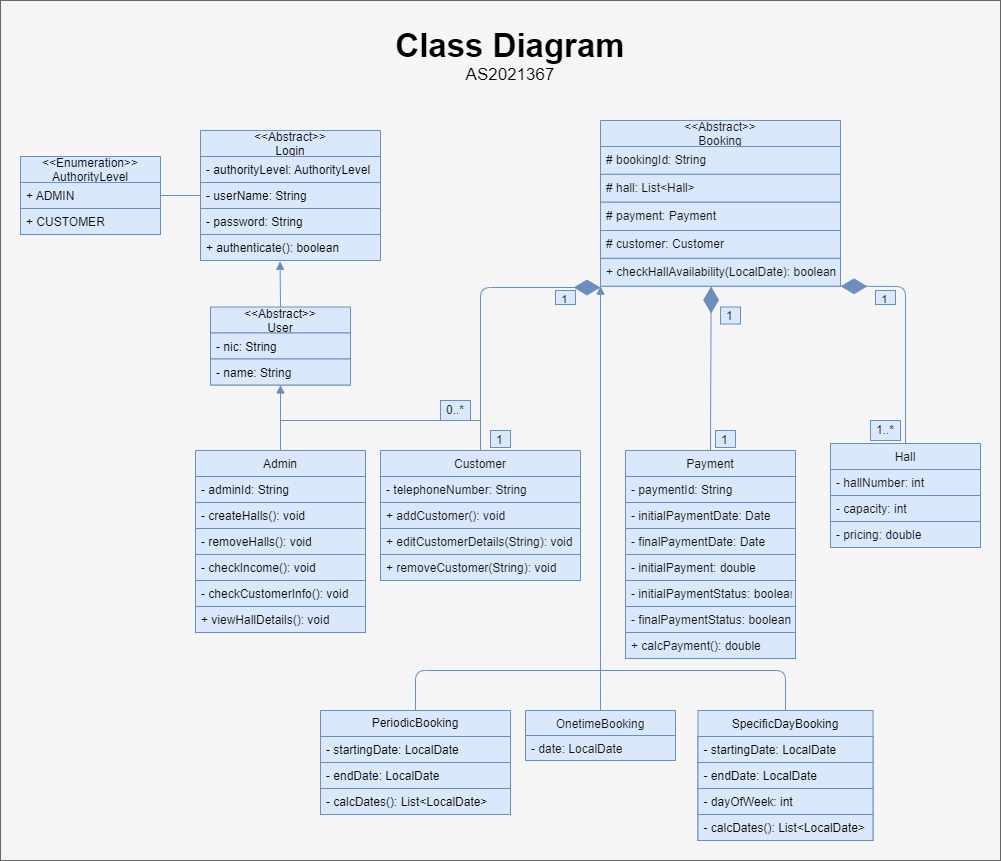
Before: documents/classDiagram.drawio.png, a diagram exported from draw.io (n0c7urn4l/CS-resource-allocation-software-project). Source tidied: cells renumbered, new cells last; positions are measured from the earlier drawing's top-left corner, leaving out a move shared by most shapes.
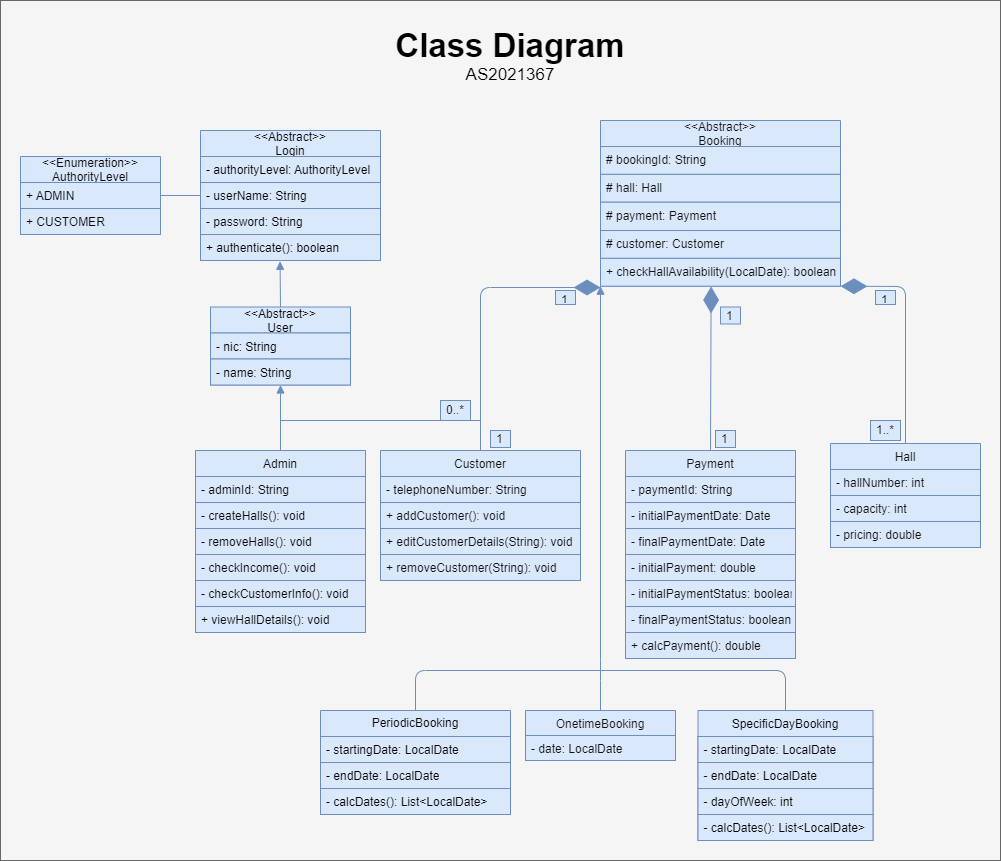
After the change.

The edit, as a diff of the source:
```diff
@@ -199,7 +199,7 @@
     <mxCell id="59" value="# bookingId: String" style="text;align=left;verticalAlign=top;spacingLeft=4;spacingRight=4;overflow=hidden;fillColor=#dae8fc;strokeColor=#6c8ebf;fontColor=#121212;" parent="58" vertex="1">
       <mxGeometry y="26" width="240" height="27.9" as="geometry" />
     </mxCell>
-    <mxCell id="60" value="# hall: List&lt;Hall&gt;" style="text;align=left;verticalAlign=top;spacingLeft=4;spacingRight=4;overflow=hidden;fillColor=#dae8fc;strokeColor=#6c8ebf;fontColor=#121212;" parent="58" vertex="1">
+    <mxCell id="60" value="# hall: Hall" style="text;align=left;verticalAlign=top;spacingLeft=4;spacingRight=4;overflow=hidden;fillColor=#dae8fc;strokeColor=#6c8ebf;fontColor=#121212;" parent="58" vertex="1">
       <mxGeometry y="53.9" width="240" height="27.9" as="geometry" />
     </mxCell>
     <mxCell id="61" value="# payment: Payment" style="text;align=left;verticalAlign=top;spacingLeft=4;spacingRight=4;overflow=hidden;fillColor=#dae8fc;strokeColor=#6c8ebf;fontColor=#121212;" parent="58" vertex="1">
```
